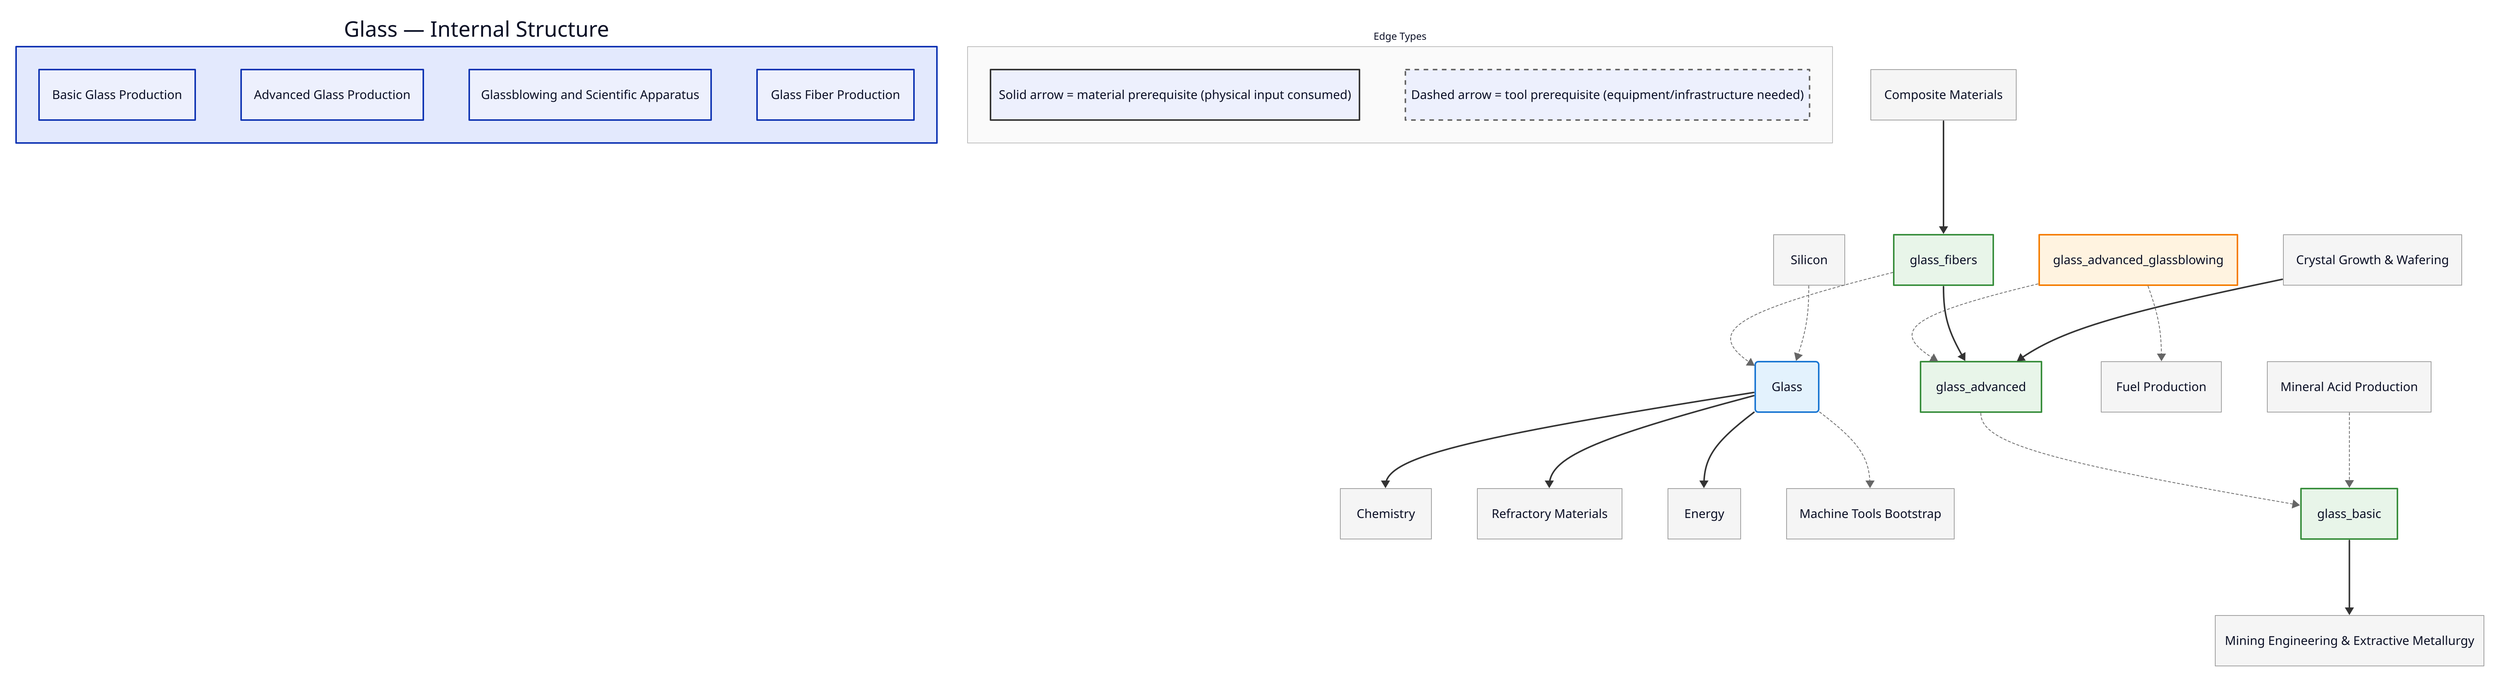
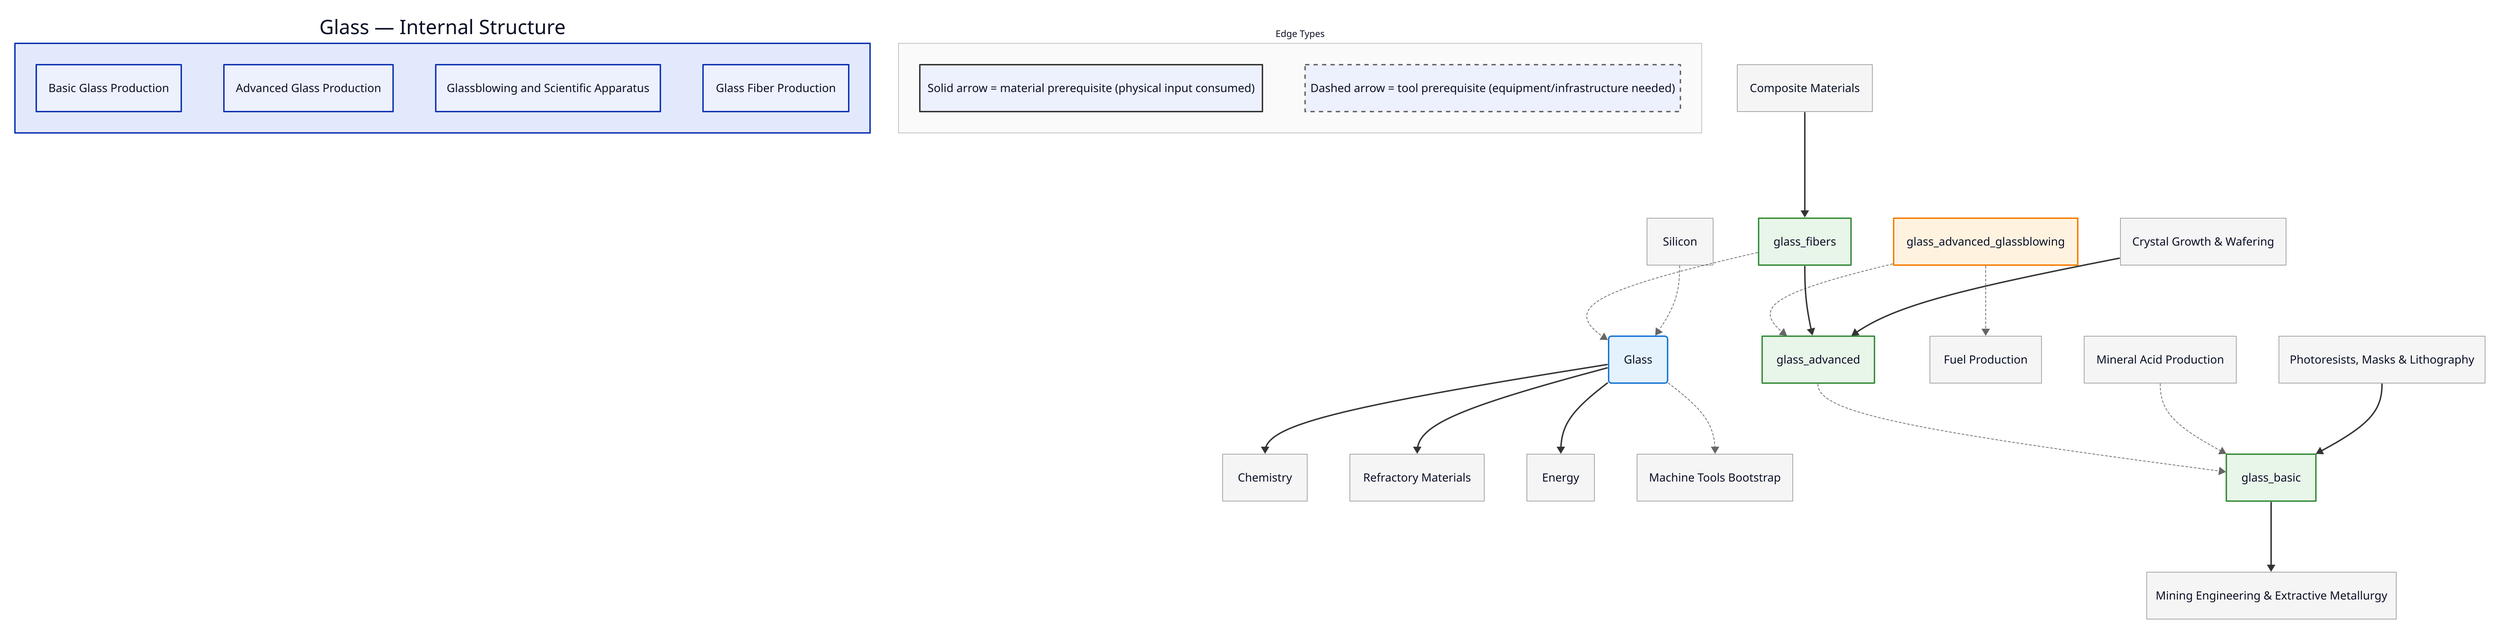
vars: {
  d2-config: {
    layout-engine: elk
    pad: 20
    center: true
  }
}

direction: down

classes: {
  domain: {
    style: {
      fill: "#e3f2fd"
      stroke: "#1976d2"
      stroke-width: 2
      border-radius: 4
    }
  }
  capability: {
    style: {
      fill: "#e8f5e9"
      stroke: "#388e3c"
      stroke-width: 2
    }
  }
  process: {
    style: {
      fill: "#fff3e0"
      stroke: "#f57c00"
      stroke-width: 2
    }
  }
  critical: {
    style: {
      fill: "#fff3e0"
      stroke: "#f57c00"
      stroke-width: 3
      bold: true
    }
  }
  earlyWin: {
    style: {
      fill: "#e8f5e9"
      stroke: "#388e3c"
      stroke-width: 3
    }
  }
  pinnacle: {
    style: {
      fill: "#fce4ec"
      stroke: "#c62828"
      stroke-width: 3
      bold: true
    }
  }
  external: {
    style: {
      fill: "#f5f5f5"
      stroke: "#9e9e9e"
      stroke-width: 1
    }
  }
  legend: {
    style: {
      fill: "#fafafa"
      stroke: "#bdbdbd"
      stroke-width: 1
      font-size: 13
    }
  }
  material-edge: {
    style: {
      stroke: "#333333"
      stroke-width: 2
    }
  }
  tool-edge: {
    style: {
      stroke: "#666666"
      stroke-width: 1
      stroke-dash: 3
    }
  }
}

# ==================== INTERNAL NODES ====================
glass_internal: "Glass — Internal Structure" {
  glass_basic: Basic Glass Production
  glass_advanced: Advanced Glass Production
  glass_advanced_glassblowing: Glassblowing and Scientific Apparatus
  glass_fibers: Glass Fiber Production
}

# ==================== DOMAIN NODE ====================
glass: Glass

# ==================== EXTERNAL DEPENDENCIES ====================
chemistry: Chemistry {
  shape: rectangle
}
chemistry_acids: Mineral Acid Production {
  shape: rectangle
}
chemistry_refractories: Refractory Materials {
  shape: rectangle
}
energy: Energy {
  shape: rectangle
}
energy_fuels: Fuel Production {
  shape: rectangle
}
machine-tools: Machine Tools Bootstrap {
  shape: rectangle
}
mining: "Mining Engineering & Extractive Metallurgy" {
  shape: rectangle
}
+ photolithography_resists-masks: "Photoresists, Masks & Lithography" {
+   shape: rectangle
+ }
polymers_composites: Composite Materials {
  shape: rectangle
}
silicon: Silicon {
  shape: rectangle
}
silicon_crystal-growth: "Crystal Growth & Wafering" {
  shape: rectangle
}

# ==================== EDGES ====================
glass_advanced -> glass_basic: { class: tool-edge }
glass_advanced_glassblowing -> glass_advanced: { class: tool-edge }
glass_fibers -> glass: { class: tool-edge }
glass_fibers -> glass_advanced: { class: material-edge }
glass_basic -> mining: { class: material-edge }
chemistry_acids -> glass_basic: { class: tool-edge }
glass -> machine-tools: { class: tool-edge }
glass -> energy: { class: material-edge }
glass -> chemistry: { class: material-edge }
silicon -> glass: { class: tool-edge }
silicon_crystal-growth -> glass_advanced: { class: material-edge }
glass_advanced_glassblowing -> energy_fuels: { class: tool-edge }
glass -> chemistry_refractories: { class: material-edge }
polymers_composites -> glass_fibers: { class: material-edge }
+ photolithography_resists-masks -> glass_basic: { class: material-edge }

# ==================== STYLING ====================
glass.class: domain
glass_basic.class: capability
glass_advanced.class: capability
glass_advanced_glassblowing.class: process
glass_fibers.class: capability
chemistry.class: external
chemistry_acids.class: external
chemistry_refractories.class: external
energy.class: external
energy_fuels.class: external
machine-tools.class: external
mining.class: external
+ photolithography_resists-masks.class: external
polymers_composites.class: external
silicon.class: external
silicon_crystal-growth.class: external

# ==================== LEGEND ====================
d2-legend: "Edge Types" {
  class: legend
  mat: "Solid arrow = material prerequisite (physical input consumed)" {
    style: {
      stroke: "#333333"
      stroke-width: 2
    }
  }
  tool: "Dashed arrow = tool prerequisite (equipment/infrastructure needed)" {
    style: {
      stroke: "#666666"
      stroke-dash: 3
    }
  }
}
